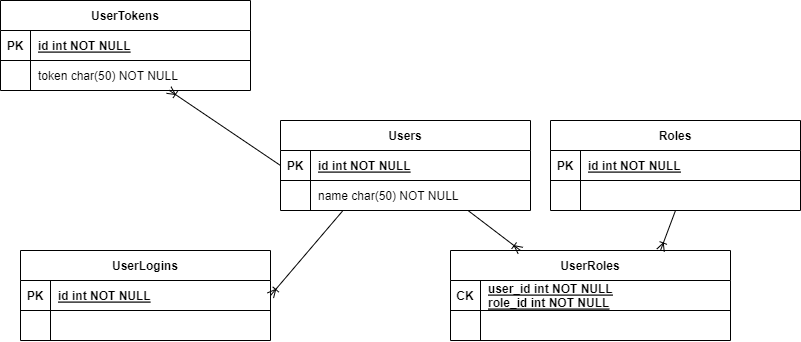
Before: RPM-Db.drawio.png, a diagram exported from draw.io (bekair/RPM-API). Source tidied: cells renumbered, new cells last; positions are measured from the earlier drawing's top-left corner, leaving out a move shared by most shapes.
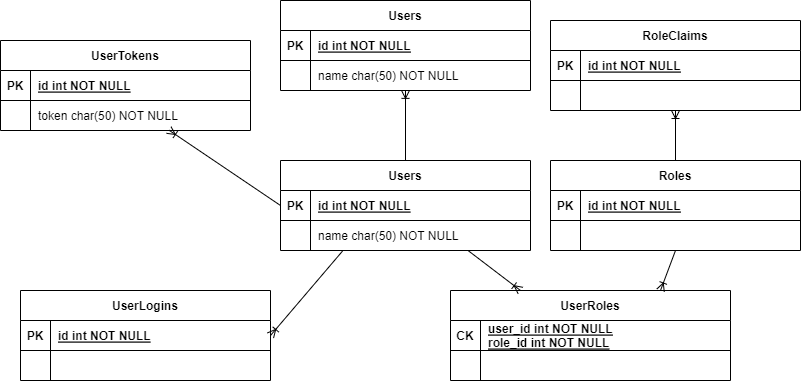
The same file after the commit.

The edit, as a diff of the source:
```diff
@@ -119,5 +119,53 @@
     <mxCell id="40" style="fontSize=12;html=1;endArrow=ERoneToMany;rounded=0;exitX=0.25;exitY=1;exitDx=0;exitDy=0;entryX=1;entryY=0.5;entryDx=0;entryDy=0;" parent="1" edge="1" source="16" target="34">
       <mxGeometry relative="1" as="geometry" />
     </mxCell>
+    <mxCell id="41" value="RoleClaims" style="shape=table;startSize=30;rowLines=0;fontStyle=1;align=center;" parent="1" vertex="1">
+      <mxGeometry x="550" y="-20" width="250" height="90" as="geometry" />
+    </mxCell>
+    <mxCell id="42" style="shape=partialRectangle;fillColor=none;top=0;left=0;right=0;bottom=1;" parent="41" vertex="1">
+      <mxGeometry y="30" width="250" height="30" as="geometry" />
+    </mxCell>
+    <mxCell id="43" value="PK" style="shape=partialRectangle;overflow=hidden;fillColor=none;top=0;left=0;bottom=0;right=0;fontStyle=1;" parent="42" vertex="1">
+      <mxGeometry width="30" height="30" as="geometry" />
+    </mxCell>
+    <mxCell id="44" value="id int NOT NULL " style="shape=partialRectangle;overflow=hidden;fillColor=none;top=0;left=0;bottom=0;right=0;align=left;spacingLeft=6;fontStyle=5;" parent="42" vertex="1">
+      <mxGeometry x="30" width="220" height="30" as="geometry" />
+    </mxCell>
+    <mxCell id="45" style="shape=partialRectangle;fillColor=none;points=[[0,0.5],[1,0.5]];portConstraint=eastwest;top=0;left=0;right=0;bottom=0;" parent="41" vertex="1">
+      <mxGeometry y="60" width="250" height="30" as="geometry" />
+    </mxCell>
+    <mxCell id="46" style="shape=partialRectangle;overflow=hidden;fillColor=none;top=0;left=0;bottom=0;right=0;" parent="45" vertex="1">
+      <mxGeometry width="30" height="30" as="geometry" />
+    </mxCell>
+    <mxCell id="47" style="shape=partialRectangle;overflow=hidden;fillColor=none;top=0;left=0;bottom=0;right=0;align=left;spacingLeft=6;" parent="45" vertex="1">
+      <mxGeometry x="30" width="220" height="30" as="geometry" />
+    </mxCell>
+    <mxCell id="48" style="fontSize=12;html=1;endArrow=ERoneToMany;rounded=0;exitX=0.5;exitY=0;exitDx=0;exitDy=0;" parent="1" edge="1" source="2" target="45">
+      <mxGeometry relative="1" as="geometry" />
+    </mxCell>
+    <mxCell id="49" value="Users" style="shape=table;startSize=30;rowLines=0;fontStyle=1;align=center;" parent="1" vertex="1">
+      <mxGeometry x="280" y="-40" width="250" height="90" as="geometry" />
+    </mxCell>
+    <mxCell id="50" style="shape=partialRectangle;fillColor=none;top=0;left=0;right=0;bottom=1;" parent="49" vertex="1">
+      <mxGeometry y="30" width="250" height="30" as="geometry" />
+    </mxCell>
+    <mxCell id="51" value="PK" style="shape=partialRectangle;overflow=hidden;fillColor=none;top=0;left=0;bottom=0;right=0;fontStyle=1;" parent="50" vertex="1">
+      <mxGeometry width="30" height="30" as="geometry" />
+    </mxCell>
+    <mxCell id="52" value="id int NOT NULL " style="shape=partialRectangle;overflow=hidden;fillColor=none;top=0;left=0;bottom=0;right=0;align=left;spacingLeft=6;fontStyle=5;" parent="50" vertex="1">
+      <mxGeometry x="30" width="220" height="30" as="geometry" />
+    </mxCell>
+    <mxCell id="53" style="shape=partialRectangle;fillColor=none;points=[[0,0.5],[1,0.5]];portConstraint=eastwest;top=0;left=0;right=0;bottom=0;" parent="49" vertex="1">
+      <mxGeometry y="60" width="250" height="30" as="geometry" />
+    </mxCell>
+    <mxCell id="54" style="shape=partialRectangle;overflow=hidden;fillColor=none;top=0;left=0;bottom=0;right=0;" parent="53" vertex="1">
+      <mxGeometry width="30" height="30" as="geometry" />
+    </mxCell>
+    <mxCell id="55" value="name char(50) NOT NULL" style="shape=partialRectangle;overflow=hidden;fillColor=none;top=0;left=0;bottom=0;right=0;align=left;spacingLeft=6;" parent="53" vertex="1">
+      <mxGeometry x="30" width="220" height="30" as="geometry" />
+    </mxCell>
+    <mxCell id="56" style="fontSize=12;html=1;endArrow=ERoneToMany;rounded=0;exitX=0.5;exitY=0;exitDx=0;exitDy=0;entryX=0.5;entryY=0.996;entryDx=0;entryDy=0;entryPerimeter=0;" parent="1" edge="1" source="16" target="53">
+      <mxGeometry relative="1" as="geometry" />
+    </mxCell>
   </root>
 </mxGraphModel>
```
